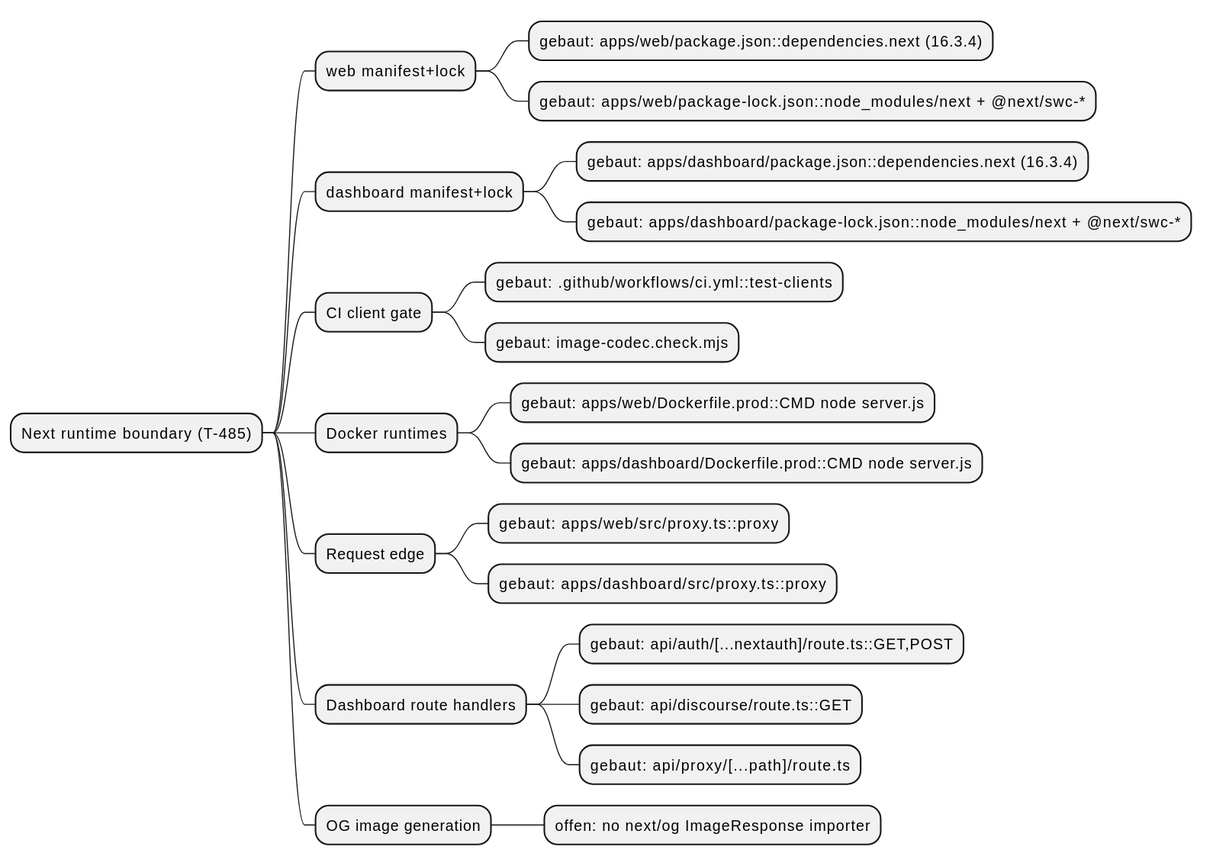
Above: docs/architecture/map.svg in NeaBouli/pnyx (PlantUML), before the change.
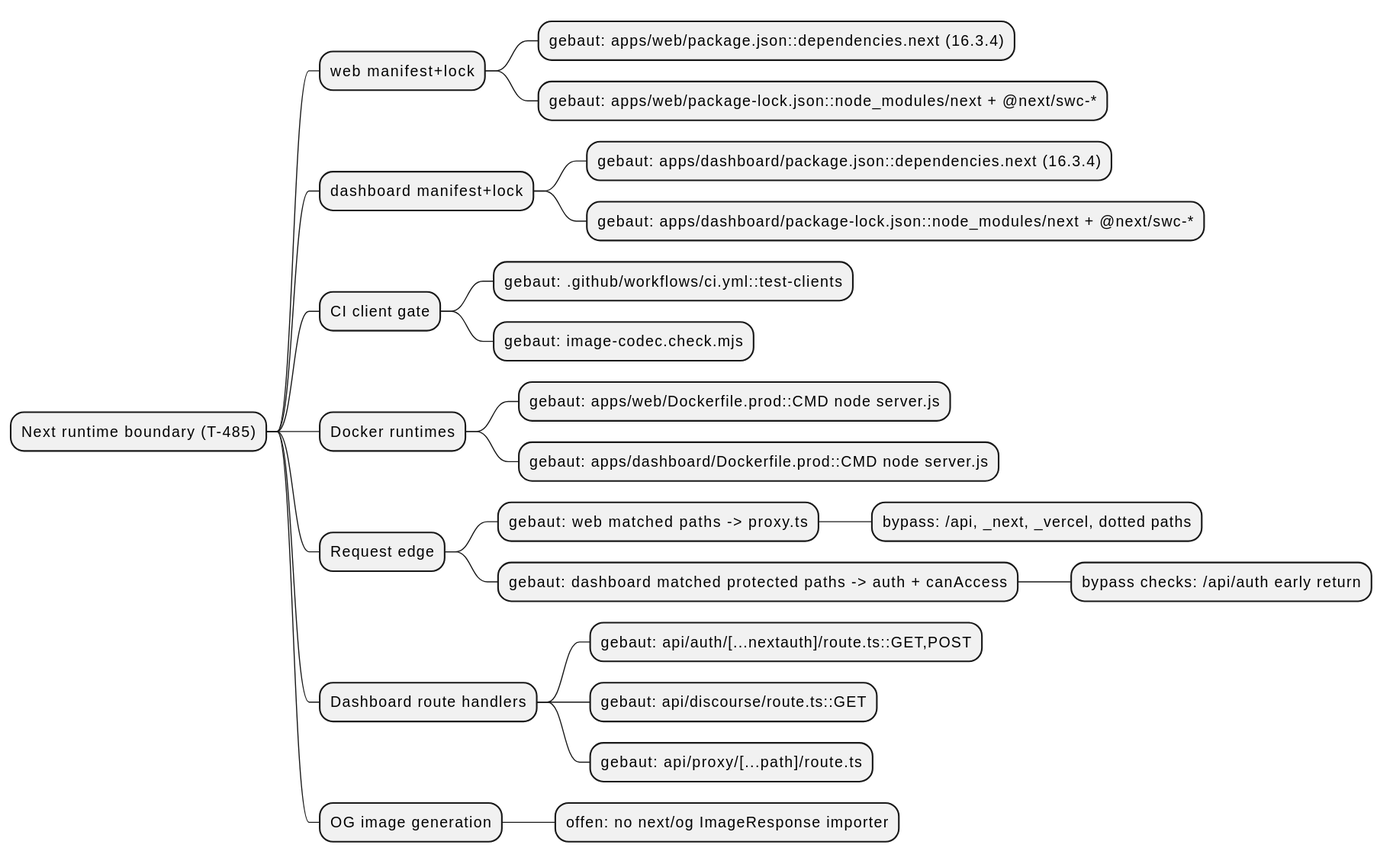
Later version of the same file.

Commit message:
docs(architecture): qualify proxy request paths

Diff of the diagram source:
```diff
@@ -13,8 +13,10 @@
 *** gebaut: apps/web/Dockerfile.prod::CMD node server.js
 *** gebaut: apps/dashboard/Dockerfile.prod::CMD node server.js
 ** Request edge
-*** gebaut: apps/web/src/proxy.ts::proxy
-*** gebaut: apps/dashboard/src/proxy.ts::proxy
+*** gebaut: web matched paths -> proxy.ts
+**** bypass: /api, _next, _vercel, dotted paths
+*** gebaut: dashboard matched protected paths -> auth + canAccess
+**** bypass checks: /api/auth early return
 ** Dashboard route handlers
 *** gebaut: api/auth/[...nextauth]/route.ts::GET,POST
 *** gebaut: api/discourse/route.ts::GET
```
